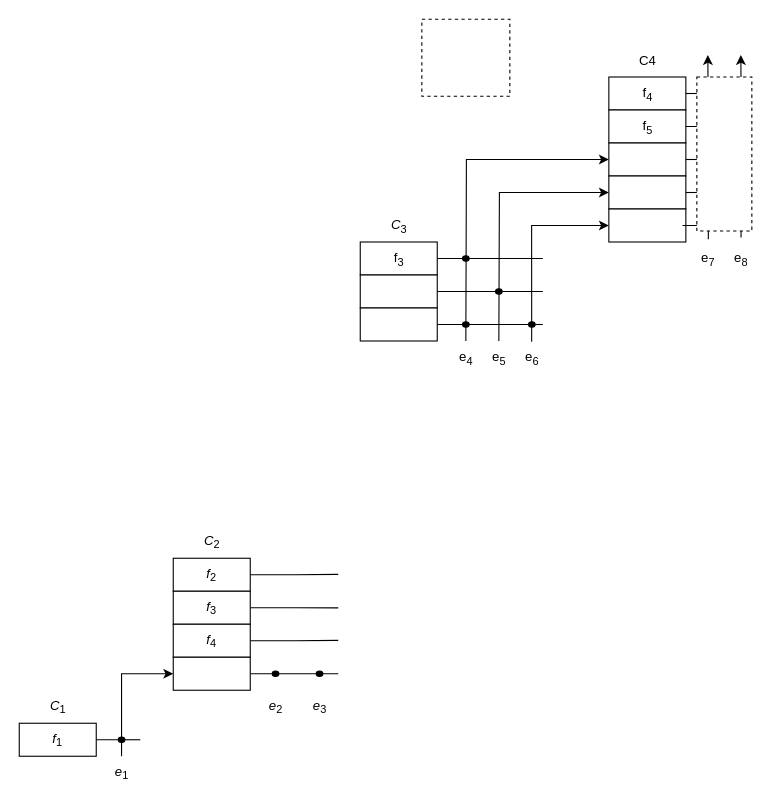
The draw.io diagram page "fmea_2025" (1 of 2) of Diagrams/fmea_2025.drawio in bwolleswinkel/drawio, before the edit. Source tidied: cells renumbered, new cells numbered last; positions are measured from the earlier drawing's top-left corner, leaving out a move shared by most shapes. Both pictures are drawn from the tidied source at 110%, with x=0, y=0 at pixel (19, 19).
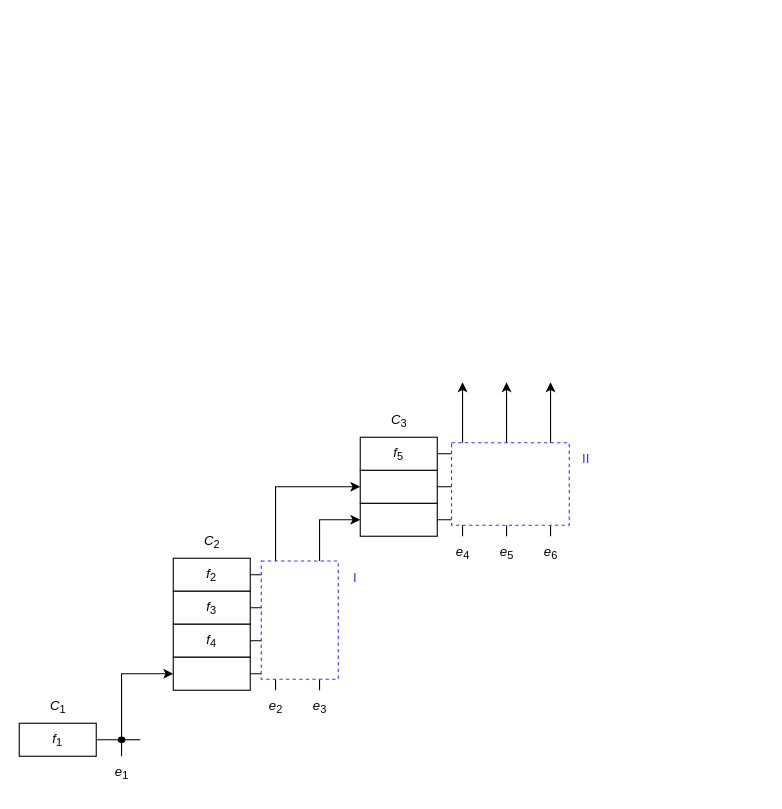
The same diagram, later.

The change refers to these unchanged cells:
```xml
<mxCell id="61" value="&lt;i&gt;f&lt;/i&gt;&lt;sub&gt;2&lt;/sub&gt;" style="rounded=0;whiteSpace=wrap;html=1;" parent="1" vertex="1">
  <mxGeometry x="140" y="490" width="70" height="30" as="geometry" />
</mxCell>
<mxCell id="64" value="&lt;i&gt;f&lt;/i&gt;&lt;sub&gt;3&lt;/sub&gt;" style="rounded=0;whiteSpace=wrap;html=1;" parent="1" vertex="1">
  <mxGeometry x="140" y="520" width="70" height="30" as="geometry" />
</mxCell>
<mxCell id="66" value="&lt;i&gt;f&lt;/i&gt;&lt;sub&gt;4&lt;/sub&gt;" style="rounded=0;whiteSpace=wrap;html=1;" parent="1" vertex="1">
  <mxGeometry x="140" y="550" width="70" height="30" as="geometry" />
</mxCell>
<mxCell id="71" value="&lt;i&gt;e&lt;/i&gt;&lt;sub&gt;2&lt;/sub&gt;" style="text;html=1;align=center;verticalAlign=middle;points=[];strokeColor=none;fillColor=none;" parent="1" vertex="1">
  <mxGeometry x="213" y="610" width="40" height="30" as="geometry" />
</mxCell>
<mxCell id="72" value="&lt;i&gt;e&lt;/i&gt;&lt;sub&gt;3&lt;/sub&gt;" style="text;html=1;align=center;verticalAlign=middle;points=[];strokeColor=none;fillColor=none;" parent="1" vertex="1">
  <mxGeometry x="253" y="610" width="40" height="30" as="geometry" />
</mxCell>
```

Diff of the diagram source:
```diff
@@
-    <mxCell id="2" style="edgeStyle=orthogonalEdgeStyle;rounded=0;jettySize=auto;html=1;exitX=1;exitY=0.5;exitDx=0;exitDy=0;endArrow=none;endFill=0;" parent="1" edge="1" source="30">
-      <mxGeometry relative="1" as="geometry">
-        <mxPoint x="476" y="217.5" as="targetPoint" />
-      </mxGeometry>
-    </mxCell>
-    <mxCell id="3" style="rounded=0;whiteSpace=wrap;html=1;" parent="1" vertex="1">
-      <mxGeometry x="310" y="202.5" width="70" height="30" as="geometry" />
-    </mxCell>
-    <mxCell id="4" value="&lt;i&gt;C&lt;/i&gt;&lt;sub&gt;3&lt;/sub&gt;" style="text;html=1;align=center;verticalAlign=middle;strokeColor=none;fillColor=none;" parent="1" vertex="1">
-      <mxGeometry x="325" y="172.5" width="40" height="30" as="geometry" />
-    </mxCell>
-    <mxCell id="5" style="edgeStyle=orthogonalEdgeStyle;rounded=0;jettySize=auto;html=1;exitX=1;exitY=0.5;exitDx=0;exitDy=0;endArrow=none;endFill=0;" parent="1" edge="1" source="32">
-      <mxGeometry relative="1" as="geometry">
-        <mxPoint x="476" y="247.5" as="targetPoint" />
-      </mxGeometry>
-    </mxCell>
-    <mxCell id="6" style="rounded=0;whiteSpace=wrap;html=1;" parent="1" vertex="1">
-      <mxGeometry x="310" y="232.5" width="70" height="30" as="geometry" />
-    </mxCell>
-    <mxCell id="7" value="f&lt;sub&gt;3&lt;/sub&gt;" style="text;html=1;align=center;verticalAlign=middle;strokeColor=none;fillColor=none;" parent="1" vertex="1">
-      <mxGeometry x="330" y="202.5" width="30" height="30" as="geometry" />
-    </mxCell>
-    <mxCell id="8" style="edgeStyle=orthogonalEdgeStyle;rounded=0;jettySize=auto;html=1;exitX=1;exitY=0.5;exitDx=0;exitDy=0;endArrow=none;endFill=0;" parent="1" edge="1" source="36">
-      <mxGeometry relative="1" as="geometry">
-        <mxPoint x="476" y="277.5" as="targetPoint" />
-      </mxGeometry>
-    </mxCell>
-    <mxCell id="9" style="rounded=0;whiteSpace=wrap;html=1;" parent="1" vertex="1">
-      <mxGeometry x="310" y="262.5" width="70" height="30" as="geometry" />
-    </mxCell>
-    <mxCell id="10" style="edgeStyle=orthogonalEdgeStyle;rounded=0;jettySize=auto;html=1;exitX=1;exitY=0.5;exitDx=0;exitDy=0;endArrow=none;endFill=0;" parent="1" edge="1" source="41">
-      <mxGeometry relative="1" as="geometry">
-        <mxPoint x="666" y="67.5" as="targetPoint" />
-      </mxGeometry>
-    </mxCell>
-    <mxCell id="11" style="edgeStyle=orthogonalEdgeStyle;rounded=0;jettySize=auto;html=1;exitX=1;exitY=0.5;exitDx=0;exitDy=0;entryX=0;entryY=0.5;entryDx=0;entryDy=0;endArrow=none;endFill=0;" parent="1" edge="1" source="12" target="41">
-      <mxGeometry relative="1" as="geometry" />
-    </mxCell>
-    <mxCell id="12" style="rounded=0;whiteSpace=wrap;html=1;" parent="1" vertex="1">
-      <mxGeometry x="536" y="52.5" width="70" height="30" as="geometry" />
-    </mxCell>
-    <mxCell id="13" value="C4" style="text;html=1;align=center;verticalAlign=middle;strokeColor=none;fillColor=none;" parent="1" vertex="1">
-      <mxGeometry x="551" y="22.5" width="40" height="30" as="geometry" />
-    </mxCell>
-    <mxCell id="14" style="edgeStyle=orthogonalEdgeStyle;rounded=0;jettySize=auto;html=1;exitX=1;exitY=0.5;exitDx=0;exitDy=0;endArrow=none;endFill=0;" parent="1" edge="1" source="45">
-      <mxGeometry relative="1" as="geometry">
-        <mxPoint x="666" y="97.5" as="targetPoint" />
-      </mxGeometry>
-    </mxCell>
-    <mxCell id="15" style="rounded=0;whiteSpace=wrap;html=1;" parent="1" vertex="1">
-      <mxGeometry x="536" y="82.5" width="70" height="30" as="geometry" />
-    </mxCell>
-    <mxCell id="16" style="edgeStyle=orthogonalEdgeStyle;rounded=0;jettySize=auto;html=1;exitX=0;exitY=0.5;exitDx=0;exitDy=0;startArrow=classic;startFill=1;endArrow=none;endFill=0;" parent="1" edge="1" source="19">
-      <mxGeometry relative="1" as="geometry">
-        <mxPoint x="406" y="292.5" as="targetPoint" />
-      </mxGeometry>
-    </mxCell>
-    <mxCell id="17" style="edgeStyle=orthogonalEdgeStyle;rounded=0;jettySize=auto;html=1;exitX=1;exitY=0.5;exitDx=0;exitDy=0;endArrow=none;endFill=0;" parent="1" edge="1" source="42">
-      <mxGeometry relative="1" as="geometry">
-        <mxPoint x="666" y="127.5" as="targetPoint" />
-      </mxGeometry>
-    </mxCell>
-    <mxCell id="18" style="edgeStyle=orthogonalEdgeStyle;rounded=0;jettySize=auto;html=1;exitX=1;exitY=0.5;exitDx=0;exitDy=0;entryX=0;entryY=0.5;entryDx=0;entryDy=0;endArrow=none;endFill=0;" parent="1" edge="1" source="19" target="42">
-      <mxGeometry relative="1" as="geometry" />
-    </mxCell>
-    <mxCell id="19" style="rounded=0;whiteSpace=wrap;html=1;" parent="1" vertex="1">
-      <mxGeometry x="536" y="112.5" width="70" height="30" as="geometry" />
-    </mxCell>
-    <mxCell id="20" value="f&lt;sub&gt;4&lt;/sub&gt;" style="text;html=1;align=center;verticalAlign=middle;strokeColor=none;fillColor=none;" parent="1" vertex="1">
-      <mxGeometry x="556" y="52.5" width="30" height="30" as="geometry" />
-    </mxCell>
-    <mxCell id="21" style="edgeStyle=orthogonalEdgeStyle;rounded=0;jettySize=auto;html=1;exitX=0;exitY=0.5;exitDx=0;exitDy=0;endArrow=none;endFill=0;startArrow=classic;startFill=1;" parent="1" edge="1" source="24">
-      <mxGeometry relative="1" as="geometry">
-        <mxPoint x="436" y="292.5" as="targetPoint" />
-      </mxGeometry>
-    </mxCell>
-    <mxCell id="22" style="edgeStyle=orthogonalEdgeStyle;rounded=0;jettySize=auto;html=1;exitX=1;exitY=0.5;exitDx=0;exitDy=0;endArrow=none;endFill=0;" parent="1" edge="1" source="43">
-      <mxGeometry relative="1" as="geometry">
-        <mxPoint x="666" y="157.5" as="targetPoint" />
-      </mxGeometry>
-    </mxCell>
-    <mxCell id="23" style="edgeStyle=orthogonalEdgeStyle;rounded=0;jettySize=auto;html=1;exitX=1;exitY=0.5;exitDx=0;exitDy=0;entryX=0;entryY=0.5;entryDx=0;entryDy=0;endArrow=none;endFill=0;" parent="1" edge="1" source="24" target="43">
-      <mxGeometry relative="1" as="geometry" />
-    </mxCell>
-    <mxCell id="24" style="rounded=0;whiteSpace=wrap;html=1;" parent="1" vertex="1">
-      <mxGeometry x="536" y="142.5" width="70" height="30" as="geometry" />
-    </mxCell>
-    <mxCell id="25" value="f&lt;sub&gt;5&lt;/sub&gt;" style="text;html=1;align=center;verticalAlign=middle;points=[];strokeColor=none;fillColor=none;" parent="1" vertex="1">
-      <mxGeometry x="556" y="82.5" width="30" height="30" as="geometry" />
-    </mxCell>
-    <mxCell id="26" value="e&lt;sub&gt;4&lt;/sub&gt;" style="text;html=1;align=center;verticalAlign=middle;points=[];strokeColor=none;fillColor=none;" parent="1" vertex="1">
-      <mxGeometry x="386" y="292.5" width="40" height="30" as="geometry" />
-    </mxCell>
-    <mxCell id="27" value="e&lt;sub&gt;5&lt;/sub&gt;" style="text;html=1;align=center;verticalAlign=middle;points=[];strokeColor=none;fillColor=none;" parent="1" vertex="1">
-      <mxGeometry x="416" y="292.5" width="40" height="30" as="geometry" />
-    </mxCell>
-    <mxCell id="28" value="e&lt;sub&gt;6&lt;/sub&gt;" style="text;html=1;align=center;verticalAlign=middle;points=[];strokeColor=none;fillColor=none;" parent="1" vertex="1">
-      <mxGeometry x="446" y="292.5" width="40" height="30" as="geometry" />
-    </mxCell>
-    <mxCell id="29" style="edgeStyle=orthogonalEdgeStyle;rounded=0;jettySize=auto;html=1;exitX=1;exitY=0.5;exitDx=0;exitDy=0;endArrow=none;endFill=0;" parent="1" edge="1" source="3" target="30">
-      <mxGeometry relative="1" as="geometry" />
-    </mxCell>
-    <mxCell id="30" style="ellipse;whiteSpace=wrap;html=1;fillColor=#000000;" parent="1" vertex="1">
-      <mxGeometry x="403" y="215" width="6" height="5" as="geometry" />
-    </mxCell>
-    <mxCell id="31" style="edgeStyle=orthogonalEdgeStyle;rounded=0;jettySize=auto;html=1;exitX=1;exitY=0.5;exitDx=0;exitDy=0;endArrow=none;endFill=0;" parent="1" edge="1" source="6" target="32">
-      <mxGeometry relative="1" as="geometry" />
-    </mxCell>
-    <mxCell id="32" style="ellipse;whiteSpace=wrap;html=1;fillColor=#000000;" parent="1" vertex="1">
-      <mxGeometry x="433" y="245" width="6" height="5" as="geometry" />
-    </mxCell>
-    <mxCell id="33" style="edgeStyle=orthogonalEdgeStyle;rounded=0;jettySize=auto;html=1;exitX=1;exitY=0.5;exitDx=0;exitDy=0;endArrow=none;endFill=0;" parent="1" edge="1" source="9" target="34">
-      <mxGeometry relative="1" as="geometry" />
-    </mxCell>
-    <mxCell id="34" style="ellipse;whiteSpace=wrap;html=1;fillColor=#000000;" parent="1" vertex="1">
-      <mxGeometry x="403" y="275" width="6" height="5" as="geometry" />
-    </mxCell>
-    <mxCell id="35" style="edgeStyle=orthogonalEdgeStyle;rounded=0;jettySize=auto;html=1;exitX=1;exitY=0.5;exitDx=0;exitDy=0;endArrow=none;endFill=0;" parent="1" edge="1" source="34" target="36">
-      <mxGeometry relative="1" as="geometry" />
-    </mxCell>
-    <mxCell id="36" style="ellipse;whiteSpace=wrap;html=1;fillColor=#000000;" parent="1" vertex="1">
-      <mxGeometry x="463" y="275" width="6" height="5" as="geometry" />
-    </mxCell>
-    <mxCell id="37" style="edgeStyle=orthogonalEdgeStyle;rounded=0;jettySize=auto;html=1;endArrow=none;endFill=0;startArrow=classic;startFill=1;entryX=0.511;entryY=-0.081;entryDx=0;entryDy=0;entryPerimeter=0;" parent="1" edge="1" target="39">
-      <mxGeometry relative="1" as="geometry">
-        <mxPoint x="626" y="32.5" as="sourcePoint" />
-      </mxGeometry>
-    </mxCell>
-    <mxCell id="38" style="edgeStyle=orthogonalEdgeStyle;rounded=0;jettySize=auto;html=1;endArrow=none;endFill=0;startArrow=classic;startFill=1;entryX=0.504;entryY=-0.138;entryDx=0;entryDy=0;entryPerimeter=0;" parent="1" edge="1" target="40">
-      <mxGeometry relative="1" as="geometry">
-        <mxPoint x="656" y="32.5" as="sourcePoint" />
-      </mxGeometry>
-    </mxCell>
-    <mxCell id="39" value="e&lt;sub&gt;7&lt;/sub&gt;" style="text;html=1;align=center;verticalAlign=middle;points=[];strokeColor=none;fillColor=none;" parent="1" vertex="1">
-      <mxGeometry x="606" y="202.5" width="40" height="30" as="geometry" />
-    </mxCell>
-    <mxCell id="40" value="e&lt;sub&gt;8&lt;/sub&gt;" style="text;html=1;align=center;verticalAlign=middle;points=[];strokeColor=none;fillColor=none;" parent="1" vertex="1">
-      <mxGeometry x="636" y="202.5" width="40" height="30" as="geometry" />
-    </mxCell>
-    <mxCell id="41" style="ellipse;whiteSpace=wrap;html=1;fillColor=#000000;" parent="1" vertex="1">
-      <mxGeometry x="623" y="65" width="6" height="5" as="geometry" />
-    </mxCell>
-    <mxCell id="42" style="ellipse;whiteSpace=wrap;html=1;fillColor=#000000;" parent="1" vertex="1">
-      <mxGeometry x="623" y="125" width="6" height="5" as="geometry" />
-    </mxCell>
-    <mxCell id="43" style="ellipse;whiteSpace=wrap;html=1;fillColor=#000000;" parent="1" vertex="1">
-      <mxGeometry x="623" y="155" width="6" height="5" as="geometry" />
-    </mxCell>
-    <mxCell id="44" style="edgeStyle=orthogonalEdgeStyle;rounded=0;jettySize=auto;html=1;exitX=1;exitY=0.5;exitDx=0;exitDy=0;endArrow=none;endFill=0;" parent="1" edge="1" source="15" target="45">
-      <mxGeometry relative="1" as="geometry" />
-    </mxCell>
-    <mxCell id="45" style="ellipse;whiteSpace=wrap;html=1;fillColor=#000000;" parent="1" vertex="1">
-      <mxGeometry x="653" y="95" width="6" height="5" as="geometry" />
-    </mxCell>
-    <mxCell id="46" style="edgeStyle=orthogonalEdgeStyle;rounded=0;jettySize=auto;html=1;exitX=1;exitY=0.5;exitDx=0;exitDy=0;endArrow=none;endFill=0;" parent="1" edge="1" source="49">
-      <mxGeometry relative="1" as="geometry">
-        <mxPoint x="666" y="187.5" as="targetPoint" />
-      </mxGeometry>
-    </mxCell>
-    <mxCell id="47" style="rounded=0;whiteSpace=wrap;html=1;" parent="1" vertex="1">
-      <mxGeometry x="536" y="172.5" width="70" height="30" as="geometry" />
-    </mxCell>
-    <mxCell id="48" style="edgeStyle=orthogonalEdgeStyle;rounded=0;jettySize=auto;html=1;exitX=1;exitY=0.5;exitDx=0;exitDy=0;endArrow=none;endFill=0;" parent="1" edge="1" source="47" target="49">
-      <mxGeometry relative="1" as="geometry" />
-    </mxCell>
-    <mxCell id="49" style="ellipse;whiteSpace=wrap;html=1;fillColor=#000000;" parent="1" vertex="1">
-      <mxGeometry x="623" y="185" width="6" height="5" as="geometry" />
-    </mxCell>
-    <mxCell id="50" style="edgeStyle=orthogonalEdgeStyle;rounded=0;jettySize=auto;html=1;exitX=0;exitY=0.5;exitDx=0;exitDy=0;entryX=0.496;entryY=0.024;entryDx=0;entryDy=0;entryPerimeter=0;endArrow=none;endFill=0;startArrow=classic;startFill=1;" parent="1" edge="1" source="47" target="28">
-      <mxGeometry relative="1" as="geometry" />
-    </mxCell>
-    <mxCell id="51" style="rounded=0;whiteSpace=wrap;html=1;dashed=1;" parent="1" vertex="1">
-      <mxGeometry x="366" width="80" height="70" as="geometry" />
-    </mxCell>
-    <mxCell id="52" style="rounded=0;whiteSpace=wrap;html=1;dashed=1;" parent="1" vertex="1">
-      <mxGeometry x="616" y="52.5" width="50" height="140" as="geometry" />
-    </mxCell>
@@
-    <mxCell id="60" style="edgeStyle=orthogonalEdgeStyle;rounded=0;jettySize=auto;html=1;exitX=1;exitY=0.5;exitDx=0;exitDy=0;endArrow=none;startFill=0;" parent="1" edge="1" source="61">
+    <mxCell id="60" style="edgeStyle=orthogonalEdgeStyle;rounded=0;jettySize=auto;html=1;exitX=1;exitY=0.5;exitDx=0;exitDy=0;endArrow=none;startFill=0;" parent="1" edge="1" source="91">
       <mxGeometry relative="1" as="geometry">
         <mxPoint x="290" y="504.7" as="targetPoint" />
       </mxGeometry>
     </mxCell>
@@
-    <mxCell id="63" style="edgeStyle=orthogonalEdgeStyle;rounded=0;jettySize=auto;html=1;exitX=1;exitY=0.5;exitDx=0;exitDy=0;endArrow=none;startFill=0;" parent="1" edge="1" source="64">
+    <mxCell id="63" style="edgeStyle=orthogonalEdgeStyle;rounded=0;jettySize=auto;html=1;exitX=1;exitY=0.5;exitDx=0;exitDy=0;endArrow=none;startFill=0;" parent="1" edge="1" source="93">
       <mxGeometry relative="1" as="geometry">
         <mxPoint x="290" y="535.1" as="targetPoint" />
       </mxGeometry>
     </mxCell>
@@
-    <mxCell id="65" style="edgeStyle=orthogonalEdgeStyle;rounded=0;jettySize=auto;html=1;exitX=1;exitY=0.5;exitDx=0;exitDy=0;endArrow=none;startFill=0;" parent="1" edge="1" source="66">
+    <mxCell id="65" style="edgeStyle=orthogonalEdgeStyle;rounded=0;jettySize=auto;html=1;exitX=1;exitY=0.5;exitDx=0;exitDy=0;endArrow=none;startFill=0;" parent="1" edge="1" source="87">
       <mxGeometry relative="1" as="geometry">
         <mxPoint x="290" y="564.7" as="targetPoint" />
       </mxGeometry>
     </mxCell>
@@
-    <mxCell id="70" style="ellipse;whiteSpace=wrap;html=1;fillColor=#000000;" parent="1" vertex="1">
-      <mxGeometry x="270" y="592.5" width="6" height="5" as="geometry" />
-    </mxCell>
+    <mxCell id="73" style="edgeStyle=orthogonalEdgeStyle;rounded=0;jettySize=auto;html=1;entryX=0;entryY=0.5;entryDx=0;entryDy=0;" parent="1" edge="1" source="71" target="78">
+      <mxGeometry relative="1" as="geometry">
+        <Array as="points">
+          <mxPoint x="233" y="425" />
+        </Array>
+      </mxGeometry>
+    </mxCell>
@@
+    <mxCell id="74" style="edgeStyle=orthogonalEdgeStyle;rounded=0;jettySize=auto;html=1;entryX=0;entryY=0.5;entryDx=0;entryDy=0;" parent="1" edge="1" source="72" target="76">
+      <mxGeometry relative="1" as="geometry">
+        <Array as="points">
+          <mxPoint x="273" y="455" />
+        </Array>
+      </mxGeometry>
+    </mxCell>
@@
+    <mxCell id="75" style="edgeStyle=orthogonalEdgeStyle;rounded=0;jettySize=auto;html=1;exitX=1;exitY=0.5;exitDx=0;exitDy=0;endArrow=none;startFill=0;" parent="1" edge="1" source="76">
+      <mxGeometry relative="1" as="geometry">
+        <mxPoint x="500" y="455" as="targetPoint" />
+      </mxGeometry>
+    </mxCell>
+    <mxCell id="76" style="rounded=0;whiteSpace=wrap;html=1;" parent="1" vertex="1">
+      <mxGeometry x="310" y="440" width="70" height="30" as="geometry" />
+    </mxCell>
+    <mxCell id="77" style="edgeStyle=orthogonalEdgeStyle;rounded=0;jettySize=auto;html=1;exitX=1;exitY=0.5;exitDx=0;exitDy=0;endArrow=none;startFill=0;" parent="1" edge="1" source="95">
+      <mxGeometry relative="1" as="geometry">
+        <mxPoint x="500" y="425" as="targetPoint" />
+      </mxGeometry>
+    </mxCell>
+    <mxCell id="78" style="rounded=0;whiteSpace=wrap;html=1;" parent="1" vertex="1">
+      <mxGeometry x="310" y="410" width="70" height="30" as="geometry" />
+    </mxCell>
+    <mxCell id="79" style="edgeStyle=orthogonalEdgeStyle;rounded=0;jettySize=auto;html=1;exitX=1;exitY=0.5;exitDx=0;exitDy=0;endArrow=none;startFill=0;" parent="1" edge="1" source="97">
+      <mxGeometry relative="1" as="geometry">
+        <mxPoint x="500" y="395" as="targetPoint" />
+      </mxGeometry>
+    </mxCell>
+    <mxCell id="25" value="&lt;i&gt;f&lt;/i&gt;&lt;sub&gt;5&lt;/sub&gt;" style="rounded=0;whiteSpace=wrap;html=1;" parent="1" vertex="1">
+      <mxGeometry x="310" y="380" width="70" height="30" as="geometry" />
+    </mxCell>
+    <mxCell id="4" value="&lt;i&gt;C&lt;/i&gt;&lt;sub&gt;3&lt;/sub&gt;" style="text;html=1;align=center;verticalAlign=middle;strokeColor=none;fillColor=none;" parent="1" vertex="1">
+      <mxGeometry x="325" y="350" width="40" height="30" as="geometry" />
+    </mxCell>
+    <mxCell id="80" style="ellipse;whiteSpace=wrap;html=1;fillColor=#000000;" parent="1" vertex="1">
+      <mxGeometry x="400" y="452.5" width="6" height="5" as="geometry" />
+    </mxCell>
+    <mxCell id="81" style="ellipse;whiteSpace=wrap;html=1;fillColor=#000000;" parent="1" vertex="1">
+      <mxGeometry x="440" y="452.5" width="6" height="5" as="geometry" />
+    </mxCell>
+    <mxCell id="82" style="ellipse;whiteSpace=wrap;html=1;fillColor=#000000;" parent="1" vertex="1">
+      <mxGeometry x="480" y="452.5" width="6" height="5" as="geometry" />
+    </mxCell>
+    <mxCell id="83" style="edgeStyle=orthogonalEdgeStyle;rounded=0;jettySize=auto;html=1;" parent="1" edge="1" source="26">
+      <mxGeometry relative="1" as="geometry">
+        <mxPoint x="403" y="330" as="targetPoint" />
+      </mxGeometry>
+    </mxCell>
+    <mxCell id="26" value="&lt;i&gt;e&lt;/i&gt;&lt;sub&gt;4&lt;/sub&gt;" style="text;html=1;align=center;verticalAlign=middle;points=[];strokeColor=none;fillColor=none;" parent="1" vertex="1">
+      <mxGeometry x="383" y="470" width="40" height="30" as="geometry" />
+    </mxCell>
+    <mxCell id="84" style="edgeStyle=orthogonalEdgeStyle;rounded=0;jettySize=auto;html=1;" parent="1" edge="1" source="27">
+      <mxGeometry relative="1" as="geometry">
+        <mxPoint x="443" y="330" as="targetPoint" />
+      </mxGeometry>
+    </mxCell>
+    <mxCell id="27" value="&lt;i&gt;e&lt;/i&gt;&lt;sub&gt;5&lt;/sub&gt;" style="text;html=1;align=center;verticalAlign=middle;points=[];strokeColor=none;fillColor=none;" parent="1" vertex="1">
+      <mxGeometry x="423" y="470" width="40" height="30" as="geometry" />
+    </mxCell>
+    <mxCell id="85" style="edgeStyle=orthogonalEdgeStyle;rounded=0;jettySize=auto;html=1;" parent="1" edge="1" source="28">
+      <mxGeometry relative="1" as="geometry">
+        <mxPoint x="483" y="330" as="targetPoint" />
+      </mxGeometry>
+    </mxCell>
+    <mxCell id="28" value="&lt;i&gt;e&lt;/i&gt;&lt;sub&gt;6&lt;/sub&gt;" style="text;html=1;align=center;verticalAlign=middle;points=[];strokeColor=none;fillColor=none;" parent="1" vertex="1">
+      <mxGeometry x="463" y="470" width="40" height="30" as="geometry" />
+    </mxCell>
+    <mxCell id="86" style="edgeStyle=orthogonalEdgeStyle;rounded=0;jettySize=auto;html=1;exitX=1;exitY=0.5;exitDx=0;exitDy=0;endArrow=none;startFill=0;" parent="1" edge="1" source="66" target="87">
+      <mxGeometry relative="1" as="geometry" />
+    </mxCell>
+    <mxCell id="87" style="ellipse;whiteSpace=wrap;html=1;fillColor=#000000;" parent="1" vertex="1">
+      <mxGeometry x="230" y="562.5" width="6" height="5" as="geometry" />
+    </mxCell>
+    <mxCell id="88" style="edgeStyle=orthogonalEdgeStyle;rounded=0;jettySize=auto;html=1;exitX=1;exitY=0.5;exitDx=0;exitDy=0;endArrow=none;startFill=0;" parent="1" edge="1" source="64" target="89">
+      <mxGeometry relative="1" as="geometry" />
+    </mxCell>
+    <mxCell id="89" style="ellipse;whiteSpace=wrap;html=1;fillColor=#000000;" parent="1" vertex="1">
+      <mxGeometry x="230" y="532.5" width="6" height="5" as="geometry" />
+    </mxCell>
+    <mxCell id="90" style="edgeStyle=orthogonalEdgeStyle;rounded=0;jettySize=auto;html=1;exitX=1;exitY=0.5;exitDx=0;exitDy=0;endArrow=none;startFill=0;" parent="1" edge="1" source="61" target="91">
+      <mxGeometry relative="1" as="geometry" />
+    </mxCell>
+    <mxCell id="91" style="ellipse;whiteSpace=wrap;html=1;fillColor=#000000;" parent="1" vertex="1">
+      <mxGeometry x="230" y="502.5" width="6" height="5" as="geometry" />
+    </mxCell>
+    <mxCell id="92" style="edgeStyle=orthogonalEdgeStyle;rounded=0;jettySize=auto;html=1;exitX=1;exitY=0.5;exitDx=0;exitDy=0;endArrow=none;startFill=0;" parent="1" edge="1" source="89" target="93">
+      <mxGeometry relative="1" as="geometry" />
+    </mxCell>
+    <mxCell id="93" style="ellipse;whiteSpace=wrap;html=1;fillColor=#000000;" parent="1" vertex="1">
+      <mxGeometry x="270" y="532.5" width="6" height="5" as="geometry" />
+    </mxCell>
+    <mxCell id="94" style="edgeStyle=orthogonalEdgeStyle;rounded=0;jettySize=auto;html=1;exitX=1;exitY=0.5;exitDx=0;exitDy=0;endArrow=none;startFill=0;" parent="1" edge="1" source="78" target="95">
+      <mxGeometry relative="1" as="geometry" />
+    </mxCell>
+    <mxCell id="95" style="ellipse;whiteSpace=wrap;html=1;fillColor=#000000;" parent="1" vertex="1">
+      <mxGeometry x="440" y="422.5" width="6" height="5" as="geometry" />
+    </mxCell>
+    <mxCell id="96" style="edgeStyle=orthogonalEdgeStyle;rounded=0;jettySize=auto;html=1;exitX=1;exitY=0.5;exitDx=0;exitDy=0;endArrow=none;startFill=0;" parent="1" edge="1" source="25" target="97">
+      <mxGeometry relative="1" as="geometry" />
+    </mxCell>
+    <mxCell id="97" style="ellipse;whiteSpace=wrap;html=1;fillColor=#000000;" parent="1" vertex="1">
+      <mxGeometry x="400" y="392.5" width="6" height="5" as="geometry" />
+    </mxCell>
+    <mxCell id="51" style="rounded=0;whiteSpace=wrap;html=1;dashed=1;strokeColor=#3333FF;" parent="1" vertex="1">
+      <mxGeometry x="220" y="492.5" width="70" height="107.5" as="geometry" />
+    </mxCell>
+    <mxCell id="98" style="rounded=0;whiteSpace=wrap;html=1;dashed=1;strokeColor=#3333FF;" parent="1" vertex="1">
+      <mxGeometry x="393" y="385" width="107" height="75" as="geometry" />
+    </mxCell>
+    <mxCell id="99" value="&lt;span style=&quot;color: rgb(51, 51, 255);&quot;&gt;II&lt;/span&gt;" style="text;html=1;align=center;verticalAlign=middle;strokeColor=none;fillColor=none;" parent="1" vertex="1">
+      <mxGeometry x="500" y="385" width="30" height="30" as="geometry" />
+    </mxCell>
+    <mxCell id="100" value="&lt;span style=&quot;color: rgb(51, 51, 255);&quot;&gt;I&lt;/span&gt;" style="text;html=1;align=center;verticalAlign=middle;strokeColor=none;fillColor=none;" parent="1" vertex="1">
+      <mxGeometry x="290" y="492.5" width="30" height="30" as="geometry" />
+    </mxCell>
```
